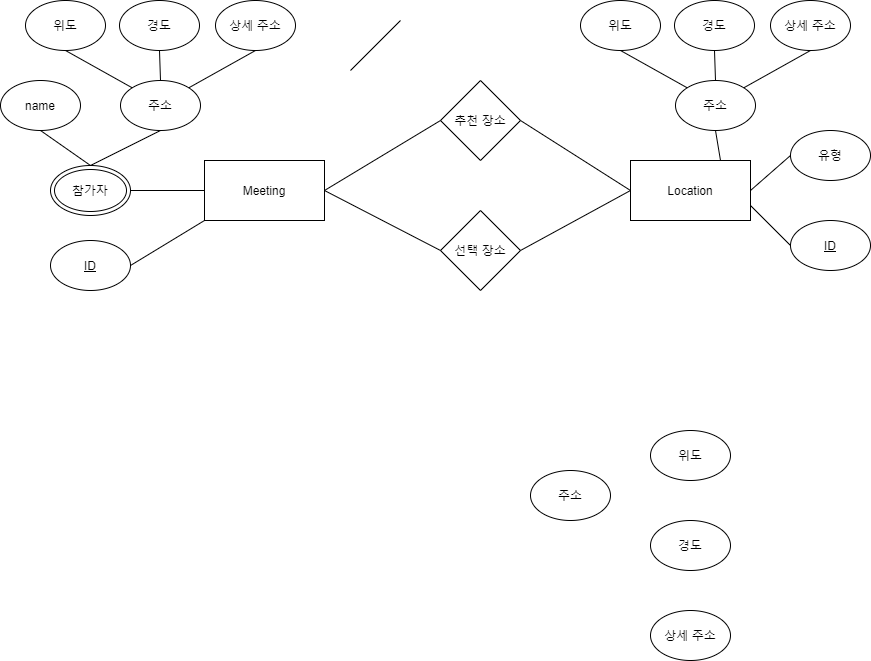
jsjg73/LMUN_Ver2.1 keeps this draw.io diagram as ER-Schema.png. Above is the earlier version. Source tidied: cells renumbered, new cells last; positions are measured from the earlier drawing's top-left corner, leaving out a move shared by most shapes. The source it was exported from:
```xml
<mxGraphModel>
  <root>
    <mxCell id="0" />
    <mxCell id="1" parent="0" />
    <mxCell id="2" value="Meeting" style="rounded=0;whiteSpace=wrap;html=1;" parent="1" vertex="1">
      <mxGeometry x="204" y="160" width="120" height="60" as="geometry" />
    </mxCell>
    <mxCell id="3" value="&lt;u&gt;ID&lt;/u&gt;" style="ellipse;whiteSpace=wrap;html=1;" parent="1" vertex="1">
      <mxGeometry x="50" y="240" width="80" height="50" as="geometry" />
    </mxCell>
    <mxCell id="4" value="name" style="ellipse;whiteSpace=wrap;html=1;" parent="1" vertex="1">
      <mxGeometry y="80" width="80" height="50" as="geometry" />
    </mxCell>
    <mxCell id="5" value="참가자" style="ellipse;shape=doubleEllipse;whiteSpace=wrap;html=1;" parent="1" vertex="1">
      <mxGeometry x="50" y="165" width="80" height="50" as="geometry" />
    </mxCell>
    <mxCell id="6" value="주소" style="ellipse;whiteSpace=wrap;html=1;direction=south;" parent="1" vertex="1">
      <mxGeometry x="120" y="80" width="80" height="50" as="geometry" />
    </mxCell>
    <mxCell id="7" value="위도" style="ellipse;whiteSpace=wrap;html=1;" parent="1" vertex="1">
      <mxGeometry x="25" width="80" height="50" as="geometry" />
    </mxCell>
    <mxCell id="8" value="상세 주소" style="ellipse;whiteSpace=wrap;html=1;" parent="1" vertex="1">
      <mxGeometry x="215" width="80" height="50" as="geometry" />
    </mxCell>
    <mxCell id="9" value="경도" style="ellipse;whiteSpace=wrap;html=1;" parent="1" vertex="1">
      <mxGeometry x="119" width="80" height="50" as="geometry" />
    </mxCell>
    <mxCell id="10" value="Location" style="rounded=0;whiteSpace=wrap;html=1;" parent="1" vertex="1">
      <mxGeometry x="630" y="160" width="120" height="60" as="geometry" />
    </mxCell>
    <mxCell id="11" value="추천 장소" style="rhombus;whiteSpace=wrap;html=1;" parent="1" vertex="1">
      <mxGeometry x="440" y="80" width="80" height="80" as="geometry" />
    </mxCell>
    <mxCell id="12" value="선택 장소" style="rhombus;whiteSpace=wrap;html=1;" parent="1" vertex="1">
      <mxGeometry x="440" y="210" width="80" height="80" as="geometry" />
    </mxCell>
    <mxCell id="13" value="위도" style="ellipse;whiteSpace=wrap;html=1;" parent="1" vertex="1">
      <mxGeometry x="650" y="430" width="80" height="50" as="geometry" />
    </mxCell>
    <mxCell id="14" value="주소" style="ellipse;whiteSpace=wrap;html=1;" parent="1" vertex="1">
      <mxGeometry x="530" y="470" width="80" height="50" as="geometry" />
    </mxCell>
    <mxCell id="15" value="경도" style="ellipse;whiteSpace=wrap;html=1;" parent="1" vertex="1">
      <mxGeometry x="650" y="520" width="80" height="50" as="geometry" />
    </mxCell>
    <mxCell id="16" value="상세 주소" style="ellipse;whiteSpace=wrap;html=1;" parent="1" vertex="1">
      <mxGeometry x="650" y="610" width="80" height="50" as="geometry" />
    </mxCell>
    <mxCell id="17" value="&lt;u&gt;ID&lt;/u&gt;" style="ellipse;whiteSpace=wrap;html=1;" parent="1" vertex="1">
      <mxGeometry x="790" y="220" width="80" height="50" as="geometry" />
    </mxCell>
    <mxCell id="18" value="유형" style="ellipse;whiteSpace=wrap;html=1;" parent="1" vertex="1">
      <mxGeometry x="790" y="130" width="80" height="50" as="geometry" />
    </mxCell>
    <mxCell id="19" style="endArrow=none;html=1;rounded=0;exitX=1;exitY=0.5;exitDx=0;exitDy=0;entryX=0;entryY=1;entryDx=0;entryDy=0;" parent="1" edge="1" source="3" target="2">
      <mxGeometry relative="1" as="geometry" />
    </mxCell>
    <mxCell id="20" style="endArrow=none;html=1;rounded=0;entryX=0;entryY=0.5;entryDx=0;entryDy=0;" parent="1" edge="1" target="11">
      <mxGeometry relative="1" as="geometry">
        <mxPoint x="324" y="190" as="sourcePoint" />
      </mxGeometry>
    </mxCell>
    <mxCell id="21" style="endArrow=none;html=1;rounded=0;exitX=1;exitY=0.5;exitDx=0;exitDy=0;entryX=0;entryY=0.5;entryDx=0;entryDy=0;" parent="1" edge="1" source="5" target="2">
      <mxGeometry relative="1" as="geometry" />
    </mxCell>
    <mxCell id="22" style="endArrow=none;html=1;rounded=0;exitX=0.5;exitY=0;exitDx=0;exitDy=0;entryX=0.5;entryY=1;entryDx=0;entryDy=0;" parent="1" edge="1" source="5" target="4">
      <mxGeometry relative="1" as="geometry" />
    </mxCell>
    <mxCell id="23" style="endArrow=none;html=1;rounded=0;exitX=0.5;exitY=0;exitDx=0;exitDy=0;entryX=1;entryY=0.5;entryDx=0;entryDy=0;" parent="1" edge="1" source="5" target="6">
      <mxGeometry relative="1" as="geometry" />
    </mxCell>
    <mxCell id="24" style="endArrow=none;html=1;rounded=0;exitX=0;exitY=1;exitDx=0;exitDy=0;entryX=0.5;entryY=1;entryDx=0;entryDy=0;" parent="1" edge="1" source="6" target="7">
      <mxGeometry relative="1" as="geometry" />
    </mxCell>
    <mxCell id="25" style="endArrow=none;html=1;rounded=0;exitX=0;exitY=0.5;exitDx=0;exitDy=0;entryX=0.5;entryY=1;entryDx=0;entryDy=0;" parent="1" edge="1" source="6" target="9">
      <mxGeometry relative="1" as="geometry" />
    </mxCell>
    <mxCell id="26" style="endArrow=none;html=1;rounded=0;exitX=0;exitY=0;exitDx=0;exitDy=0;entryX=0.5;entryY=1;entryDx=0;entryDy=0;" parent="1" edge="1" source="6" target="8">
      <mxGeometry relative="1" as="geometry" />
    </mxCell>
    <mxCell id="27" style="endArrow=none;html=1;rounded=0;exitX=0.75;exitY=0;exitDx=0;exitDy=0;" parent="1" edge="1" source="10">
      <mxGeometry relative="1" as="geometry">
        <mxPoint x="715" y="130" as="targetPoint" />
      </mxGeometry>
    </mxCell>
    <mxCell id="28" style="endArrow=none;html=1;rounded=0;exitX=1;exitY=0.5;exitDx=0;exitDy=0;entryX=0;entryY=0.5;entryDx=0;entryDy=0;" parent="1" edge="1" source="2" target="12">
      <mxGeometry relative="1" as="geometry" />
    </mxCell>
    <mxCell id="29" style="endArrow=none;html=1;rounded=0;exitX=1;exitY=0.5;exitDx=0;exitDy=0;" parent="1" edge="1" source="12">
      <mxGeometry relative="1" as="geometry">
        <mxPoint x="630" y="190" as="targetPoint" />
      </mxGeometry>
    </mxCell>
    <mxCell id="30" style="endArrow=none;html=1;rounded=0;entryX=0;entryY=0.5;entryDx=0;entryDy=0;exitX=1;exitY=0.5;exitDx=0;exitDy=0;" parent="1" edge="1" source="11" target="10">
      <mxGeometry relative="1" as="geometry" />
    </mxCell>
    <mxCell id="31" value="주소" style="ellipse;whiteSpace=wrap;html=1;direction=south;" parent="1" vertex="1">
      <mxGeometry x="675" y="80" width="80" height="50" as="geometry" />
    </mxCell>
    <mxCell id="32" value="위도" style="ellipse;whiteSpace=wrap;html=1;" parent="1" vertex="1">
      <mxGeometry x="580" width="80" height="50" as="geometry" />
    </mxCell>
    <mxCell id="33" value="상세 주소" style="ellipse;whiteSpace=wrap;html=1;" parent="1" vertex="1">
      <mxGeometry x="770" width="80" height="50" as="geometry" />
    </mxCell>
    <mxCell id="34" value="경도" style="ellipse;whiteSpace=wrap;html=1;" parent="1" vertex="1">
      <mxGeometry x="674" width="80" height="50" as="geometry" />
    </mxCell>
    <mxCell id="35" style="endArrow=none;html=1;rounded=0;exitX=0;exitY=1;exitDx=0;exitDy=0;entryX=0.5;entryY=1;entryDx=0;entryDy=0;" parent="1" edge="1" source="31" target="32">
      <mxGeometry relative="1" as="geometry" />
    </mxCell>
    <mxCell id="36" style="endArrow=none;html=1;rounded=0;exitX=0;exitY=0.5;exitDx=0;exitDy=0;entryX=0.5;entryY=1;entryDx=0;entryDy=0;" parent="1" edge="1" source="31" target="34">
      <mxGeometry relative="1" as="geometry" />
    </mxCell>
    <mxCell id="37" style="endArrow=none;html=1;rounded=0;exitX=0;exitY=0;exitDx=0;exitDy=0;entryX=0.5;entryY=1;entryDx=0;entryDy=0;" parent="1" edge="1" source="31" target="33">
      <mxGeometry relative="1" as="geometry" />
    </mxCell>
    <mxCell id="38" style="endArrow=none;html=1;rounded=0;" parent="1" edge="1">
      <mxGeometry relative="1" as="geometry">
        <mxPoint x="350" y="70" as="sourcePoint" />
        <mxPoint x="400" y="20" as="targetPoint" />
      </mxGeometry>
    </mxCell>
    <mxCell id="39" style="endArrow=none;html=1;rounded=0;entryX=0;entryY=0.5;entryDx=0;entryDy=0;exitX=1;exitY=0.5;exitDx=0;exitDy=0;" parent="1" edge="1" source="10" target="18">
      <mxGeometry relative="1" as="geometry" />
    </mxCell>
    <mxCell id="40" style="endArrow=none;html=1;rounded=0;entryX=1;entryY=0.75;entryDx=0;entryDy=0;exitX=0;exitY=0.5;exitDx=0;exitDy=0;" parent="1" edge="1" source="17" target="10">
      <mxGeometry relative="1" as="geometry" />
    </mxCell>
  </root>
</mxGraphModel>
```
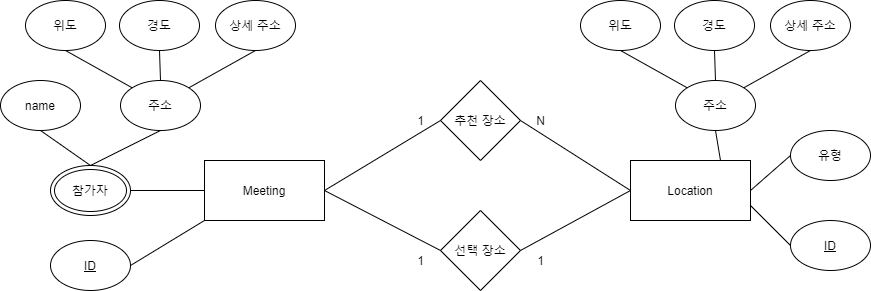
Later version of the same file.

The edit, as a diff of the source:
```diff
@@ -35,18 +35,6 @@
     <mxCell id="12" value="선택 장소" style="rhombus;whiteSpace=wrap;html=1;" parent="1" vertex="1">
       <mxGeometry x="440" y="210" width="80" height="80" as="geometry" />
     </mxCell>
-    <mxCell id="13" value="위도" style="ellipse;whiteSpace=wrap;html=1;" parent="1" vertex="1">
-      <mxGeometry x="650" y="430" width="80" height="50" as="geometry" />
-    </mxCell>
-    <mxCell id="14" value="주소" style="ellipse;whiteSpace=wrap;html=1;" parent="1" vertex="1">
-      <mxGeometry x="530" y="470" width="80" height="50" as="geometry" />
-    </mxCell>
-    <mxCell id="15" value="경도" style="ellipse;whiteSpace=wrap;html=1;" parent="1" vertex="1">
-      <mxGeometry x="650" y="520" width="80" height="50" as="geometry" />
-    </mxCell>
-    <mxCell id="16" value="상세 주소" style="ellipse;whiteSpace=wrap;html=1;" parent="1" vertex="1">
-      <mxGeometry x="650" y="610" width="80" height="50" as="geometry" />
-    </mxCell>
     <mxCell id="17" value="&lt;u&gt;ID&lt;/u&gt;" style="ellipse;whiteSpace=wrap;html=1;" parent="1" vertex="1">
       <mxGeometry x="790" y="220" width="80" height="50" as="geometry" />
     </mxCell>
@@ -116,17 +104,23 @@
     <mxCell id="37" style="endArrow=none;html=1;rounded=0;exitX=0;exitY=0;exitDx=0;exitDy=0;entryX=0.5;entryY=1;entryDx=0;entryDy=0;" parent="1" edge="1" source="31" target="33">
       <mxGeometry relative="1" as="geometry" />
     </mxCell>
-    <mxCell id="38" style="endArrow=none;html=1;rounded=0;" parent="1" edge="1">
-      <mxGeometry relative="1" as="geometry">
-        <mxPoint x="350" y="70" as="sourcePoint" />
-        <mxPoint x="400" y="20" as="targetPoint" />
-      </mxGeometry>
-    </mxCell>
     <mxCell id="39" style="endArrow=none;html=1;rounded=0;entryX=0;entryY=0.5;entryDx=0;entryDy=0;exitX=1;exitY=0.5;exitDx=0;exitDy=0;" parent="1" edge="1" source="10" target="18">
       <mxGeometry relative="1" as="geometry" />
     </mxCell>
     <mxCell id="40" style="endArrow=none;html=1;rounded=0;entryX=1;entryY=0.75;entryDx=0;entryDy=0;exitX=0;exitY=0.5;exitDx=0;exitDy=0;" parent="1" edge="1" source="17" target="10">
       <mxGeometry relative="1" as="geometry" />
     </mxCell>
+    <mxCell id="41" value="1" style="text;html=1;align=center;verticalAlign=middle;strokeColor=none;fillColor=none;" parent="1" vertex="1">
+      <mxGeometry x="410" y="110" width="20" height="20" as="geometry" />
+    </mxCell>
+    <mxCell id="42" value="N" style="text;html=1;align=center;verticalAlign=middle;strokeColor=none;fillColor=none;" parent="1" vertex="1">
+      <mxGeometry x="530" y="110" width="20" height="20" as="geometry" />
+    </mxCell>
+    <mxCell id="43" value="1" style="text;html=1;align=center;verticalAlign=middle;strokeColor=none;fillColor=none;" parent="1" vertex="1">
+      <mxGeometry x="410" y="250" width="20" height="20" as="geometry" />
+    </mxCell>
+    <mxCell id="44" value="1" style="text;html=1;align=center;verticalAlign=middle;strokeColor=none;fillColor=none;" parent="1" vertex="1">
+      <mxGeometry x="530" y="250" width="20" height="20" as="geometry" />
+    </mxCell>
   </root>
 </mxGraphModel>
```
